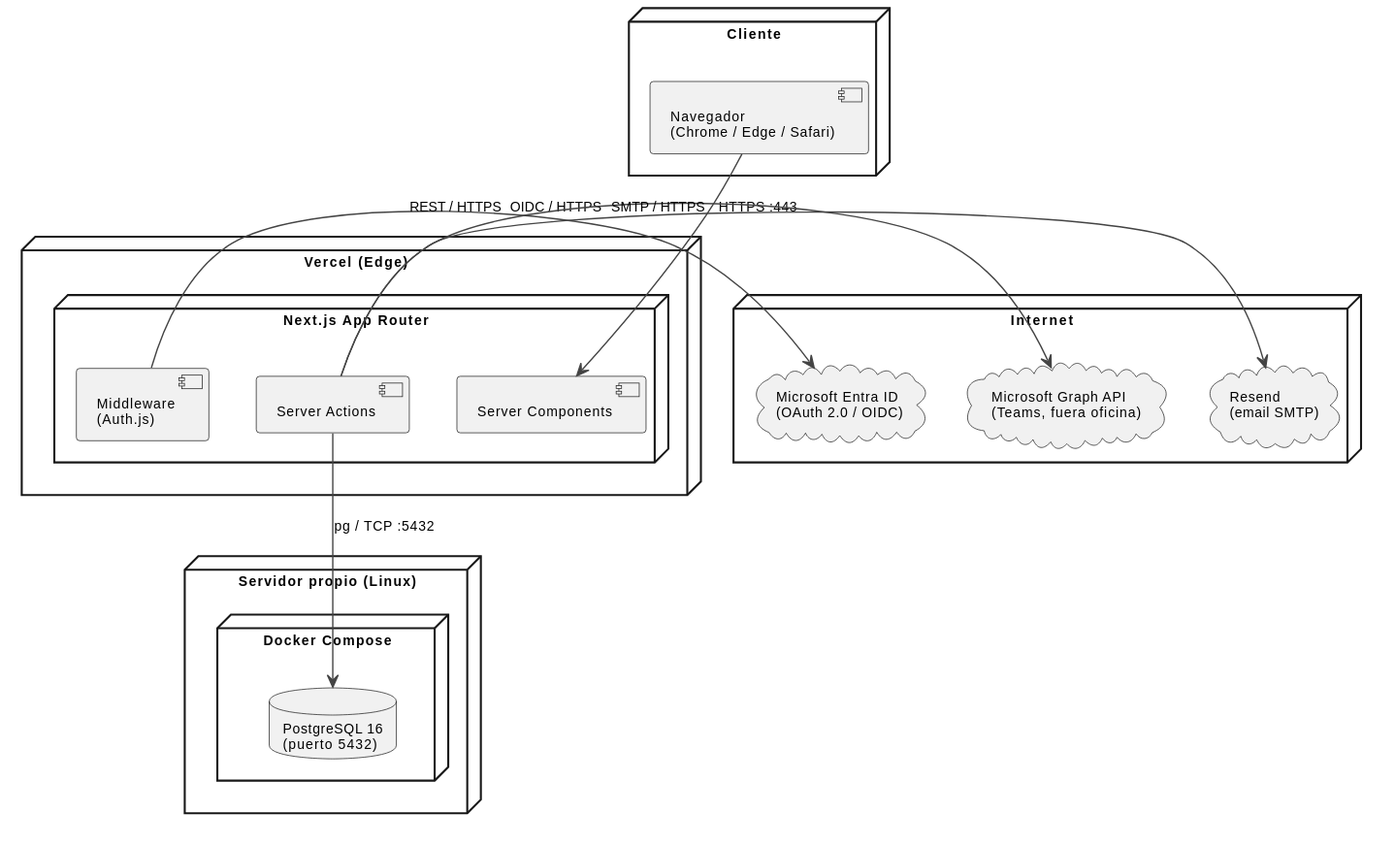
This is modelosUML/svg/despliegue.svg from lostal/seven-suite, a PlantUML export, as it was before one commit. Its diagram source:
```plantuml
@startuml
skinparam defaultFontName Arial
skinparam defaultFontSize 10
skinparam nodeBorderThickness 1.5
skinparam arrowColor #444444

top to bottom direction

node "Vercel (Edge)" {
  node "Next.js App Router" {
    component "Server Components" as SC
    component "Server Actions" as SA
    component "Middleware\n(Auth.js)" as MW
  }
}

node "Internet" {
  cloud "Microsoft Entra ID\n(OAuth 2.0 / OIDC)" as Entra
  cloud "Microsoft Graph API\n(Teams, fuera oficina)" as Graph
  cloud "Resend\n(email SMTP)" as Resend
}

node "Servidor propio (Linux)" {
  node "Docker Compose" {
    database "PostgreSQL 16\n(puerto 5432)" as PG
  }
}

node "Cliente" {
  component "Navegador\n(Chrome / Edge / Safari)" as Browser
}

Browser -d-> SC: HTTPS :443
SA -d-> PG: pg / TCP :5432
MW -r-> Entra: OIDC / HTTPS
SA -r-> Graph: REST / HTTPS
SA -r-> Resend: SMTP / HTTPS
@enduml
```
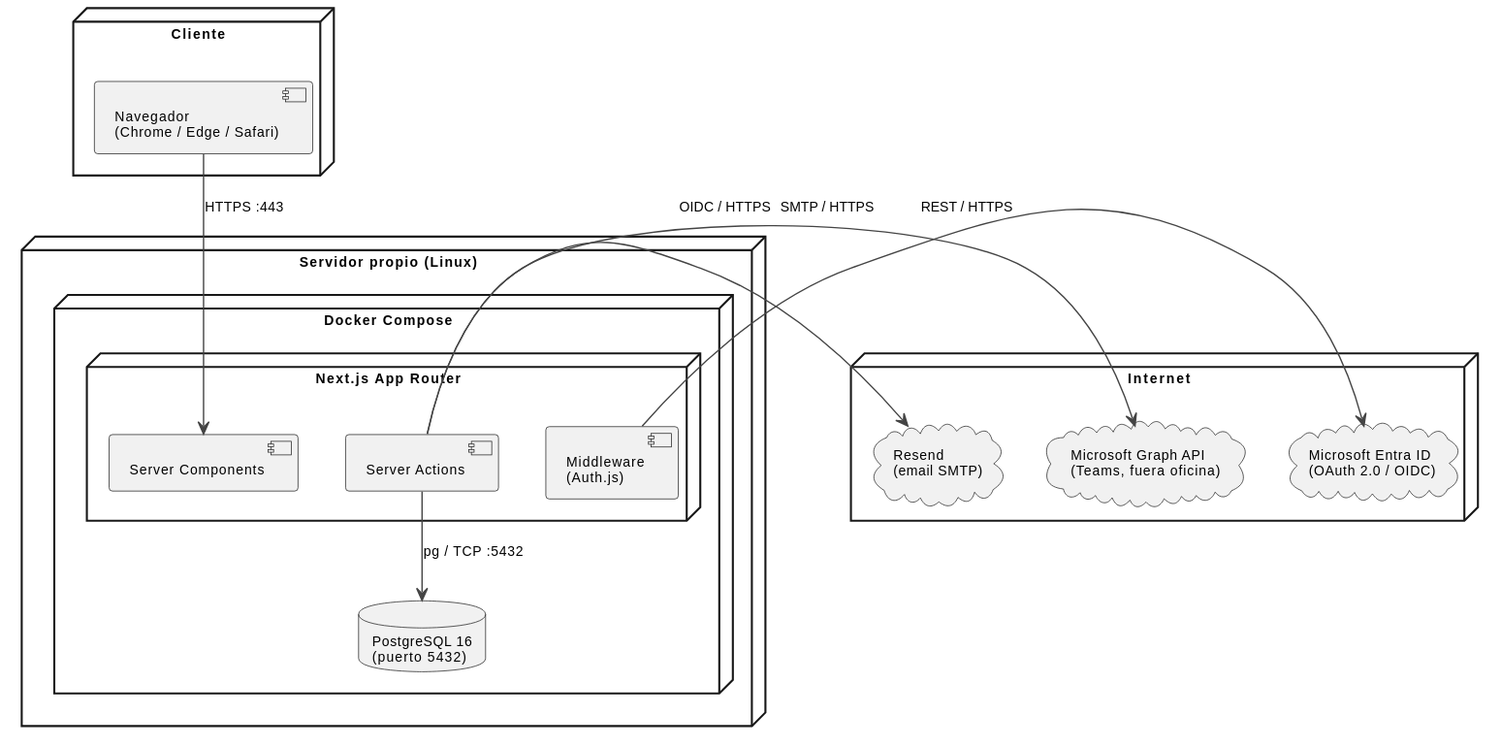
After the change.

Commit message:
(tfg): actualizar diagrama despliegue

Diff of the diagram source:
```diff
@@ -6,11 +6,14 @@
 
 top to bottom direction
 
-node "Vercel (Edge)" {
-  node "Next.js App Router" {
-    component "Server Components" as SC
-    component "Server Actions" as SA
-    component "Middleware\n(Auth.js)" as MW
+node "Servidor propio (Linux)" {
+  node "Docker Compose" {
+    node "Next.js App Router" {
+      component "Server Components" as SC
+      component "Server Actions" as SA
+      component "Middleware\n(Auth.js)" as MW
+    }
+    database "PostgreSQL 16\n(puerto 5432)" as PG
   }
 }
 
@@ -18,12 +21,6 @@
   cloud "Microsoft Entra ID\n(OAuth 2.0 / OIDC)" as Entra
   cloud "Microsoft Graph API\n(Teams, fuera oficina)" as Graph
   cloud "Resend\n(email SMTP)" as Resend
-}
-
-node "Servidor propio (Linux)" {
-  node "Docker Compose" {
-    database "PostgreSQL 16\n(puerto 5432)" as PG
-  }
 }
 
 node "Cliente" {
```
